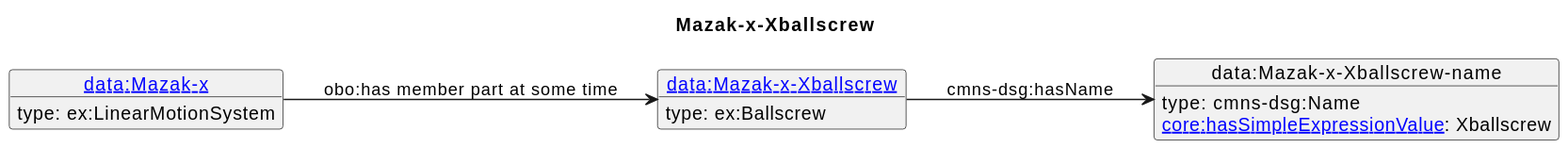
iofoundry/example-syseng-mtconnect keeps this PlantUML diagram as diagrams/Mazak-x-Xballscrew.svg. Above is the earlier version. Its diagram source:
```plantuml
@startuml
skinparam linetype polyline
left to right direction
title Mazak-x-Xballscrew
object "[[./Mazak-x-Xballscrew.html data:Mazak-x-Xballscrew]]" as o1 {
 type: ex:Ballscrew
}
object "data:Mazak-x-Xballscrew-name" as o2 {
 type: cmns-dsg:Name
}
object "[[./Mazak-x.html data:Mazak-x]]" as o3 {
 type: ex:LinearMotionSystem
}
o1 --> o2 : cmns-dsg:hasName
o2 : [[https://spec.industrialontologies.org/ontology/core/Core/hasSimpleExpressionValue core:hasSimpleExpressionValue]]: Xballscrew
o3 --> o1 : obo:has member part at some time
@enduml
```
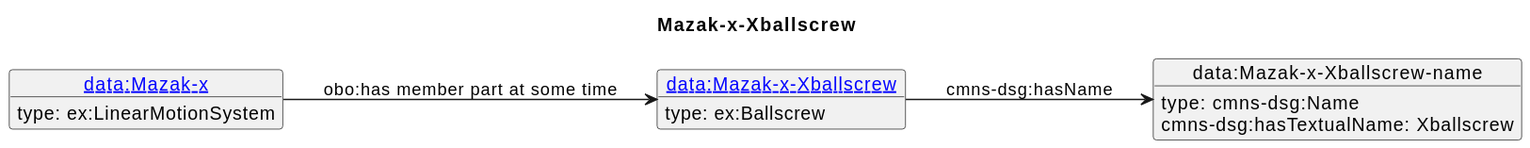
The same file after the commit.

Change to the diagram source:
```diff
@@ -12,6 +12,6 @@
  type: ex:LinearMotionSystem
 }
 o1 --> o2 : cmns-dsg:hasName
-o2 : [[https://spec.industrialontologies.org/ontology/core/Core/hasSimpleExpressionValue core:hasSimpleExpressionValue]]: Xballscrew
+o2 : cmns-dsg:hasTextualName: Xballscrew
 o3 --> o1 : obo:has member part at some time
 @enduml
```
